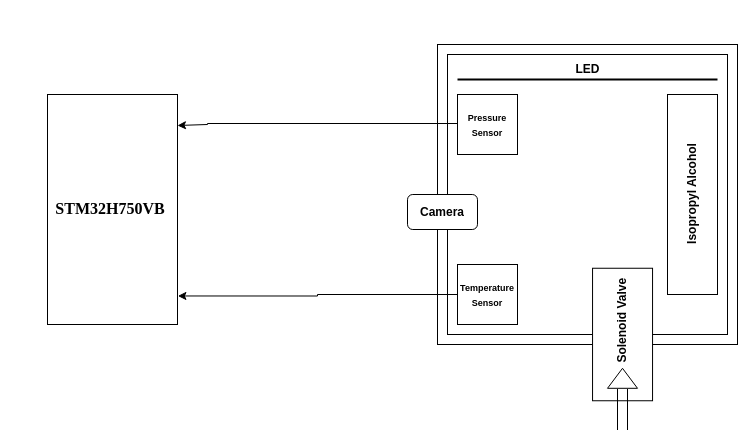
The draw.io diagram Particle_Detector.drawio in PS-KAVERAPPA/Particle_Detector, before the edit. Source tidied: cells renumbered, new cells numbered last; positions are measured from the earlier drawing's top-left corner, leaving out a move shared by most shapes. Both pictures are drawn from the tidied source at 100%, with x=0, y=0 at pixel (47, 44).
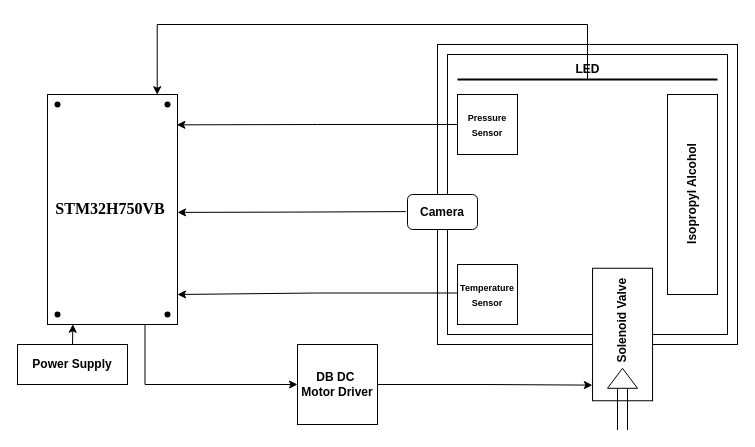
The same diagram, later.

Unchanged cells that the change refers to:
```xml
<mxCell id="2" value="&lt;span style=&quot;font-size: 12pt; line-height: 115%; font-family: Times, serif;&quot; lang=&quot;EN&quot;&gt;&lt;b&gt;STM32H750VB&amp;nbsp;&lt;/b&gt;&lt;/span&gt;" style="rounded=0;whiteSpace=wrap;html=1;" parent="1" vertex="1">
  <mxGeometry y="50" width="130" height="230" as="geometry" />
</mxCell>
<mxCell id="7" value="&lt;b&gt;&lt;font style=&quot;font-size: 9px;&quot;&gt;Pressure Sensor&lt;/font&gt;&lt;/b&gt;" style="rounded=0;whiteSpace=wrap;html=1;" parent="1" vertex="1">
  <mxGeometry x="410" y="50" width="60" height="60" as="geometry" />
</mxCell>
<mxCell id="9" value="&lt;b&gt;&lt;font style=&quot;font-size: 9px;&quot;&gt;Temperature Sensor&lt;/font&gt;&lt;/b&gt;" style="rounded=0;whiteSpace=wrap;html=1;" parent="1" vertex="1">
  <mxGeometry x="410" y="220" width="60" height="60" as="geometry" />
</mxCell>
<mxCell id="12" style="line;strokeWidth=2;html=1;" parent="1" vertex="1">
  <mxGeometry x="410" y="30" width="260" height="10" as="geometry" />
</mxCell>
<mxCell id="13" value="&lt;b&gt;&amp;nbsp; &amp;nbsp; &amp;nbsp; &amp;nbsp; Solenoid Valve&lt;/b&gt;" style="html=1;whiteSpace=wrap;rotation=-90;" parent="1" vertex="1">
  <mxGeometry x="508.8" y="260" width="132.5" height="60" as="geometry" />
</mxCell>
```

What changed in the source:
```diff
@@
+    <mxCell id="17" style="edgeStyle=orthogonalEdgeStyle;rounded=0;jettySize=auto;html=1;exitX=0.75;exitY=1;exitDx=0;exitDy=0;entryX=0;entryY=0.5;entryDx=0;entryDy=0;" parent="1" edge="1" source="2" target="22">
+      <mxGeometry relative="1" as="geometry" />
+    </mxCell>
@@
-    <mxCell id="6" style="edgeStyle=orthogonalEdgeStyle;rounded=0;orthogonalLoop=1;jettySize=auto;html=1;" parent="1" edge="1">
-      <mxGeometry relative="1" as="geometry">
-        <mxPoint x="410" y="79" as="sourcePoint" />
-        <mxPoint x="130" y="81" as="targetPoint" />
-        <Array as="points">
-          <mxPoint x="160" y="79" />
-          <mxPoint x="160" y="80" />
-          <mxPoint x="130" y="80" />
-        </Array>
-      </mxGeometry>
-    </mxCell>
@@
-    <mxCell id="8" style="edgeStyle=orthogonalEdgeStyle;rounded=0;jettySize=auto;html=1;entryX=1.003;entryY=0.876;entryDx=0;entryDy=0;entryPerimeter=0;" parent="1" edge="1" source="9" target="2">
-      <mxGeometry relative="1" as="geometry" />
+    <mxCell id="8" style="edgeStyle=orthogonalEdgeStyle;rounded=0;orthogonalLoop=1;jettySize=auto;html=1;entryX=1.003;entryY=0.876;entryDx=0;entryDy=0;entryPerimeter=0;" parent="1" edge="1">
+      <mxGeometry relative="1" as="geometry">
+        <mxPoint x="409.6" y="248.5" as="sourcePoint" />
+        <mxPoint x="130" y="250" as="targetPoint" />
+        <Array as="points">
+          <mxPoint x="270" y="249" />
+          <mxPoint x="130" y="249" />
+        </Array>
+      </mxGeometry>
     </mxCell>
@@
+    <mxCell id="16" value="&lt;b&gt;Camera&lt;/b&gt;" style="rounded=1;whiteSpace=wrap;html=1;" parent="1" vertex="1">
+      <mxGeometry x="360" y="150" width="70" height="35" as="geometry" />
+    </mxCell>
@@
-    <mxCell id="16" value="&lt;b&gt;Camera&lt;/b&gt;" style="rounded=1;whiteSpace=wrap;html=1;" parent="1" vertex="1">
-      <mxGeometry x="360" y="150" width="70" height="35" as="geometry" />
-    </mxCell>
+    <mxCell id="18" style="edgeStyle=orthogonalEdgeStyle;rounded=0;jettySize=auto;html=1;entryX=0.995;entryY=0.132;entryDx=0;entryDy=0;entryPerimeter=0;" parent="1" edge="1" source="7" target="2">
+      <mxGeometry relative="1" as="geometry" />
+    </mxCell>
+    <mxCell id="19" style="edgeStyle=orthogonalEdgeStyle;rounded=0;orthogonalLoop=1;jettySize=auto;html=1;entryX=1.013;entryY=0.514;entryDx=0;entryDy=0;entryPerimeter=0;" parent="1" edge="1">
+      <mxGeometry relative="1" as="geometry">
+        <mxPoint x="358.3" y="167.1" as="sourcePoint" />
+        <mxPoint x="130" y="167.9" as="targetPoint" />
+      </mxGeometry>
+    </mxCell>
+    <mxCell id="20" style="edgeStyle=orthogonalEdgeStyle;rounded=0;jettySize=auto;html=1;entryX=0.844;entryY=0.001;entryDx=0;entryDy=0;entryPerimeter=0;exitX=0.5;exitY=0.409;exitDx=0;exitDy=0;exitPerimeter=0;" parent="1" edge="1" source="12" target="2">
+      <mxGeometry relative="1" as="geometry">
+        <Array as="points">
+          <mxPoint x="540" y="-20" />
+          <mxPoint x="110" y="-20" />
+        </Array>
+      </mxGeometry>
+    </mxCell>
+    <mxCell id="21" value="&lt;b&gt;Power Supply&lt;/b&gt;" style="rounded=0;whiteSpace=wrap;html=1;" parent="1" vertex="1">
+      <mxGeometry x="-30" y="300" width="110" height="40" as="geometry" />
+    </mxCell>
+    <mxCell id="22" value="&lt;b&gt;DB DC&amp;nbsp;&lt;/b&gt;&lt;div&gt;&lt;b&gt;Motor Driver&lt;/b&gt;&lt;/div&gt;" style="whiteSpace=wrap;html=1;" parent="1" vertex="1">
+      <mxGeometry x="250" y="300" width="80" height="80" as="geometry" />
+    </mxCell>
+    <mxCell id="23" style="edgeStyle=orthogonalEdgeStyle;rounded=0;jettySize=auto;html=1;exitX=0.5;exitY=0;exitDx=0;exitDy=0;entryX=0.195;entryY=0.999;entryDx=0;entryDy=0;entryPerimeter=0;" parent="1" edge="1" source="21" target="2">
+      <mxGeometry relative="1" as="geometry" />
+    </mxCell>
+    <mxCell id="24" style="edgeStyle=orthogonalEdgeStyle;rounded=0;jettySize=auto;html=1;exitX=1;exitY=0.5;exitDx=0;exitDy=0;entryX=0.118;entryY=-0.003;entryDx=0;entryDy=0;entryPerimeter=0;" parent="1" edge="1" source="22" target="13">
+      <mxGeometry relative="1" as="geometry" />
+    </mxCell>
+    <mxCell id="25" style="shape=waypoint;sketch=0;fillStyle=solid;size=6;fillColor=none;perimeter=centerPerimeter;" parent="1" vertex="1">
+      <mxGeometry y="50" width="20" height="20" as="geometry" />
+    </mxCell>
+    <mxCell id="26" style="shape=waypoint;sketch=0;fillStyle=solid;size=6;fillColor=none;perimeter=centerPerimeter;" parent="1" vertex="1">
+      <mxGeometry x="110" y="260" width="20" height="20" as="geometry" />
+    </mxCell>
+    <mxCell id="27" style="shape=waypoint;sketch=0;fillStyle=solid;size=6;fillColor=none;perimeter=centerPerimeter;" parent="1" vertex="1">
+      <mxGeometry y="260" width="20" height="20" as="geometry" />
+    </mxCell>
+    <mxCell id="28" style="shape=waypoint;sketch=0;fillStyle=solid;size=6;fillColor=none;perimeter=centerPerimeter;" parent="1" vertex="1">
+      <mxGeometry x="110" y="50" width="20" height="20" as="geometry" />
+    </mxCell>
```
